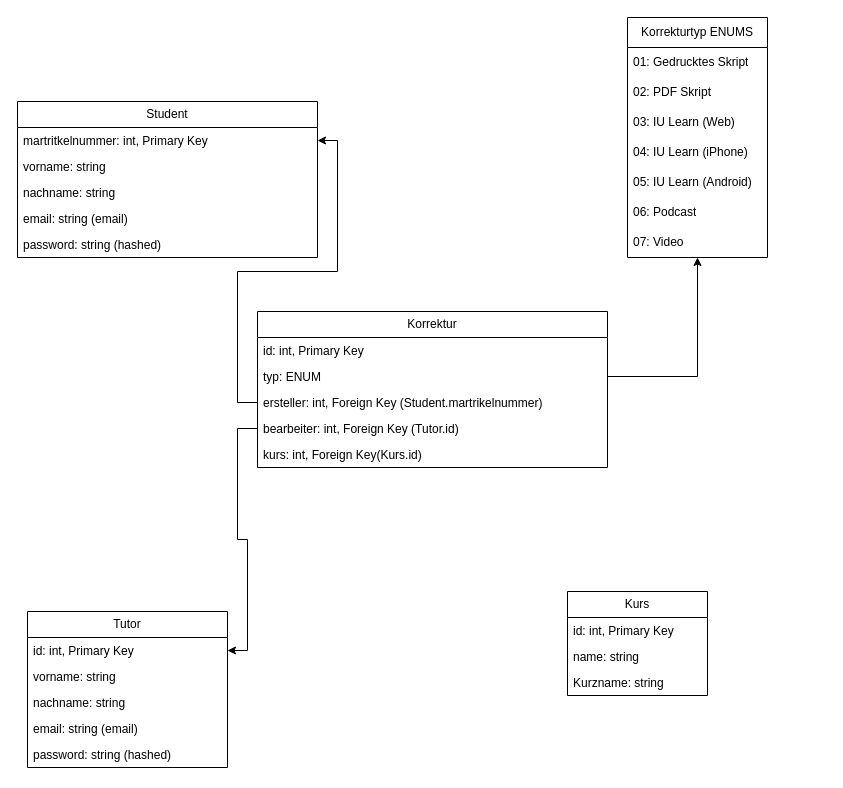
Before: Modell.drawio in markus-zschoch-iubh/projekt-software-engineering, a draw.io diagram. Source tidied: cells renumbered, new cells numbered last; positions are measured from the earlier drawing's top-left corner, leaving out a move shared by most shapes. Both pictures are drawn from the tidied source at 100%, with x=0, y=0 at pixel (17, 17).
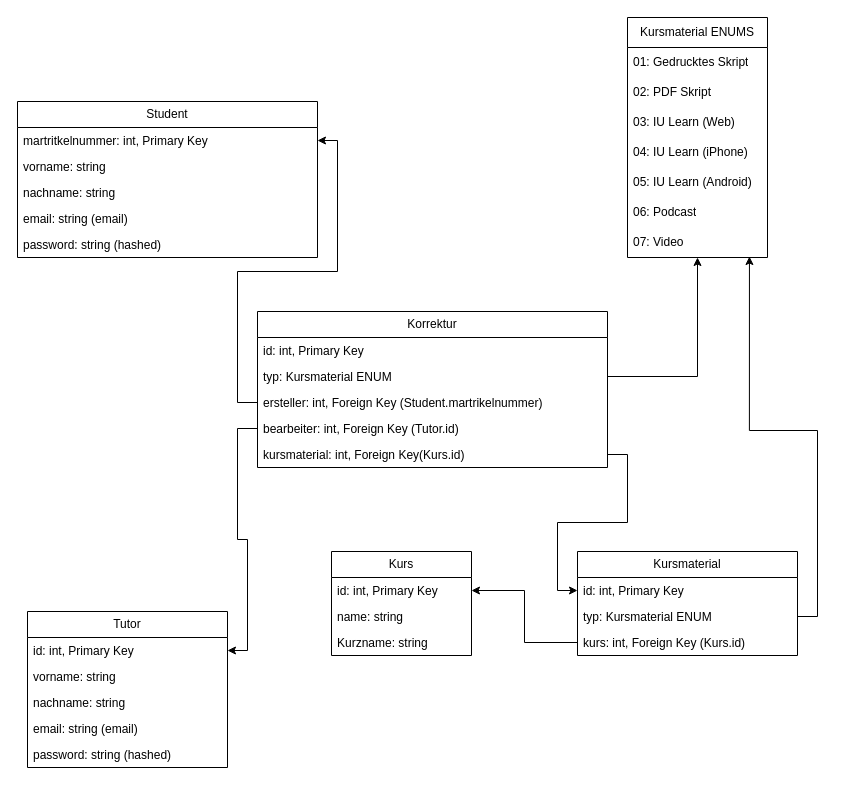
After the change.

Unchanged cells that the change refers to:
```xml
<mxCell id="8" value="Korrektur" style="swimlane;fontStyle=0;horizontal=1;startSize=26;fillColor=none;whiteSpace=wrap;html=1;" parent="1" vertex="1">
  <mxGeometry x="240" y="294" width="350" height="156" as="geometry" />
</mxCell>
<mxCell id="21" value="07: Video" style="text;strokeColor=none;fillColor=none;align=left;verticalAlign=middle;spacingLeft=4;spacingRight=4;overflow=hidden;points=[[0,0.5],[1,0.5]];portConstraint=eastwest;whiteSpace=wrap;html=1;" parent="14" vertex="1">
  <mxGeometry y="210" width="140" height="30" as="geometry" />
</mxCell>
<mxCell id="32" value="id: int, Primary Key" style="text;strokeColor=none;fillColor=none;align=left;verticalAlign=top;spacingLeft=4;spacingRight=4;overflow=hidden;points=[[0,0.5],[1,0.5]];portConstraint=eastwest;whiteSpace=wrap;html=1;" parent="31" vertex="1">
  <mxGeometry y="26" width="140" height="26" as="geometry" />
</mxCell>
```

Change to the diagram source:
```diff
@@
-    <mxCell id="10" value="typ: ENUM" style="text;strokeColor=none;fillColor=none;align=left;verticalAlign=top;spacingLeft=4;spacingRight=4;overflow=hidden;points=[[0,0.5],[1,0.5]];portConstraint=eastwest;whiteSpace=wrap;html=1;" parent="8" vertex="1">
+    <mxCell id="10" value="typ: Kursmaterial ENUM" style="text;strokeColor=none;fillColor=none;align=left;verticalAlign=top;spacingLeft=4;spacingRight=4;overflow=hidden;points=[[0,0.5],[1,0.5]];portConstraint=eastwest;whiteSpace=wrap;html=1;" parent="8" vertex="1">
       <mxGeometry y="52" width="350" height="26" as="geometry" />
     </mxCell>
@@
-    <mxCell id="13" value="kurs: int, Foreign Key(Kurs.id)" style="text;strokeColor=none;fillColor=none;align=left;verticalAlign=top;spacingLeft=4;spacingRight=4;overflow=hidden;points=[[0,0.5],[1,0.5]];portConstraint=eastwest;whiteSpace=wrap;html=1;" parent="8" vertex="1">
+    <mxCell id="13" value="kursmaterial: int, Foreign Key(Kurs.id)" style="text;strokeColor=none;fillColor=none;align=left;verticalAlign=top;spacingLeft=4;spacingRight=4;overflow=hidden;points=[[0,0.5],[1,0.5]];portConstraint=eastwest;whiteSpace=wrap;html=1;" parent="8" vertex="1">
       <mxGeometry y="130" width="350" height="26" as="geometry" />
     </mxCell>
-    <mxCell id="14" value="Korrekturtyp ENUMS" style="swimlane;fontStyle=0;horizontal=1;startSize=30;whiteSpace=wrap;html=1;" parent="1" vertex="1">
+    <mxCell id="14" value="Kursmaterial ENUMS" style="swimlane;fontStyle=0;horizontal=1;startSize=30;whiteSpace=wrap;html=1;" parent="1" vertex="1">
       <mxGeometry x="610" width="140" height="240" as="geometry" />
     </mxCell>
@@
     <mxCell id="31" value="Kurs" style="swimlane;fontStyle=0;horizontal=1;startSize=26;fillColor=none;whiteSpace=wrap;html=1;" parent="1" vertex="1">
-      <mxGeometry x="550" y="574" width="140" height="104" as="geometry" />
+      <mxGeometry x="314" y="534" width="140" height="104" as="geometry" />
     </mxCell>
@@
+    <mxCell id="35" value="Kursmaterial" style="swimlane;fontStyle=0;horizontal=1;startSize=26;fillColor=none;whiteSpace=wrap;html=1;" parent="1" vertex="1">
+      <mxGeometry x="560" y="534" width="220" height="104" as="geometry" />
+    </mxCell>
+    <mxCell id="36" value="id: int, Primary Key" style="text;strokeColor=none;fillColor=none;align=left;verticalAlign=top;spacingLeft=4;spacingRight=4;overflow=hidden;points=[[0,0.5],[1,0.5]];portConstraint=eastwest;whiteSpace=wrap;html=1;" parent="35" vertex="1">
+      <mxGeometry y="26" width="220" height="26" as="geometry" />
+    </mxCell>
+    <mxCell id="37" value="typ: Kursmaterial ENUM" style="text;strokeColor=none;fillColor=none;align=left;verticalAlign=top;spacingLeft=4;spacingRight=4;overflow=hidden;points=[[0,0.5],[1,0.5]];portConstraint=eastwest;whiteSpace=wrap;html=1;" parent="35" vertex="1">
+      <mxGeometry y="52" width="220" height="26" as="geometry" />
+    </mxCell>
+    <mxCell id="38" value="kurs: int, Foreign Key (Kurs.id)" style="text;strokeColor=none;fillColor=none;align=left;verticalAlign=top;spacingLeft=4;spacingRight=4;overflow=hidden;points=[[0,0.5],[1,0.5]];portConstraint=eastwest;whiteSpace=wrap;html=1;" parent="35" vertex="1">
+      <mxGeometry y="78" width="220" height="26" as="geometry" />
+    </mxCell>
+    <mxCell id="39" style="edgeStyle=orthogonalEdgeStyle;rounded=0;jettySize=auto;html=1;exitX=1;exitY=0.5;exitDx=0;exitDy=0;entryX=0;entryY=0.5;entryDx=0;entryDy=0;" parent="1" edge="1" source="13" target="36">
+      <mxGeometry relative="1" as="geometry" />
+    </mxCell>
+    <mxCell id="40" style="edgeStyle=orthogonalEdgeStyle;rounded=0;jettySize=auto;html=1;exitX=0;exitY=0.5;exitDx=0;exitDy=0;entryX=1;entryY=0.5;entryDx=0;entryDy=0;" parent="1" edge="1" source="38" target="32">
+      <mxGeometry relative="1" as="geometry" />
+    </mxCell>
+    <mxCell id="41" style="edgeStyle=orthogonalEdgeStyle;rounded=0;jettySize=auto;html=1;exitX=1;exitY=0.5;exitDx=0;exitDy=0;entryX=0.871;entryY=0.967;entryDx=0;entryDy=0;entryPerimeter=0;" parent="1" edge="1" source="37" target="21">
+      <mxGeometry relative="1" as="geometry" />
+    </mxCell>
```
